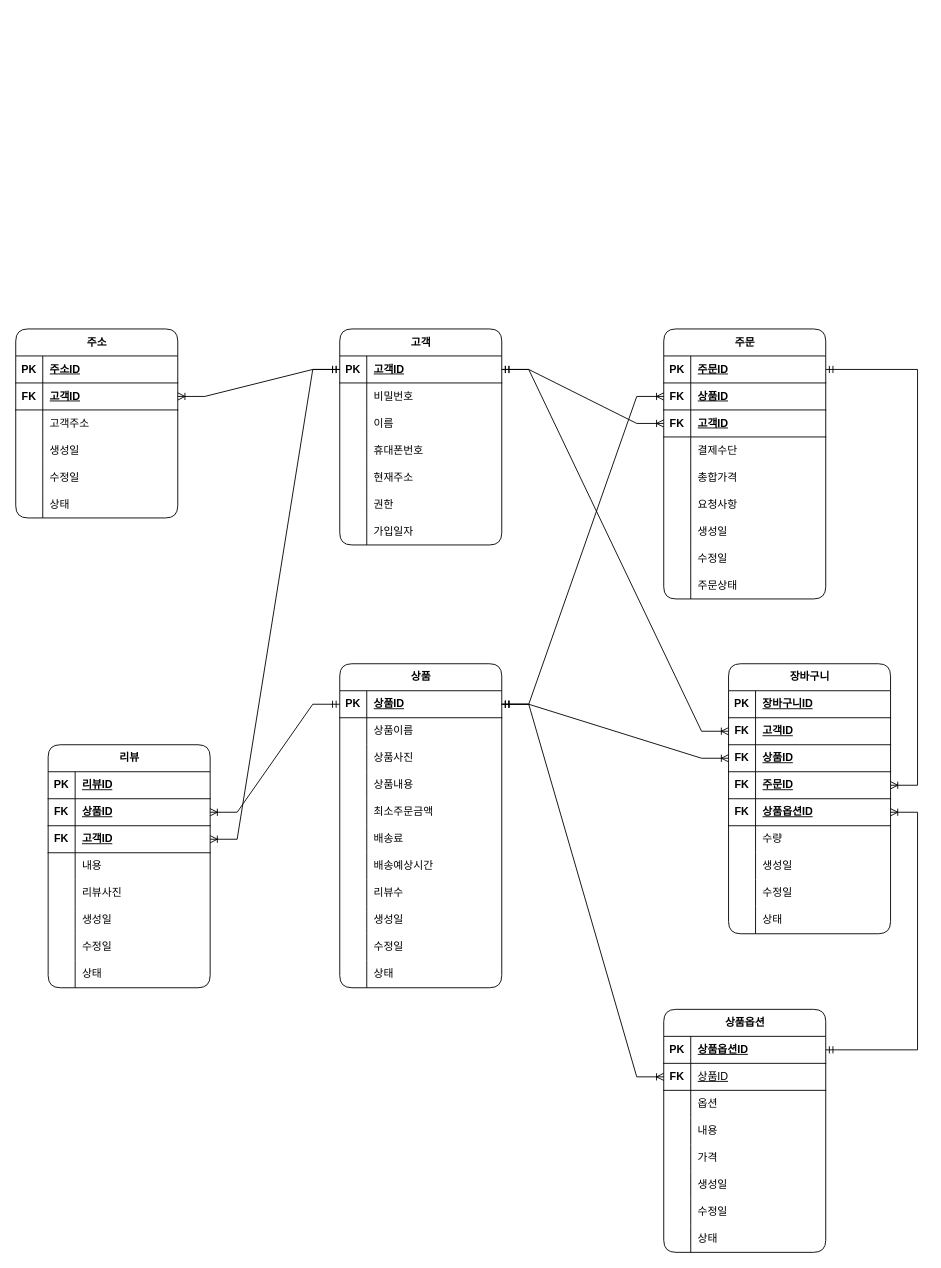
Above: Doong-doong 논리적 모델링.drawio in Chordingg/2024_Spring_Project_Doong-doong (draw.io), before the change. Source tidied: cells renumbered, new cells numbered last; positions are measured from the earlier drawing's top-left corner, leaving out a move shared by most shapes. Both pictures are drawn from the tidied source at 90%, with x=0, y=0 at pixel (15, 328).
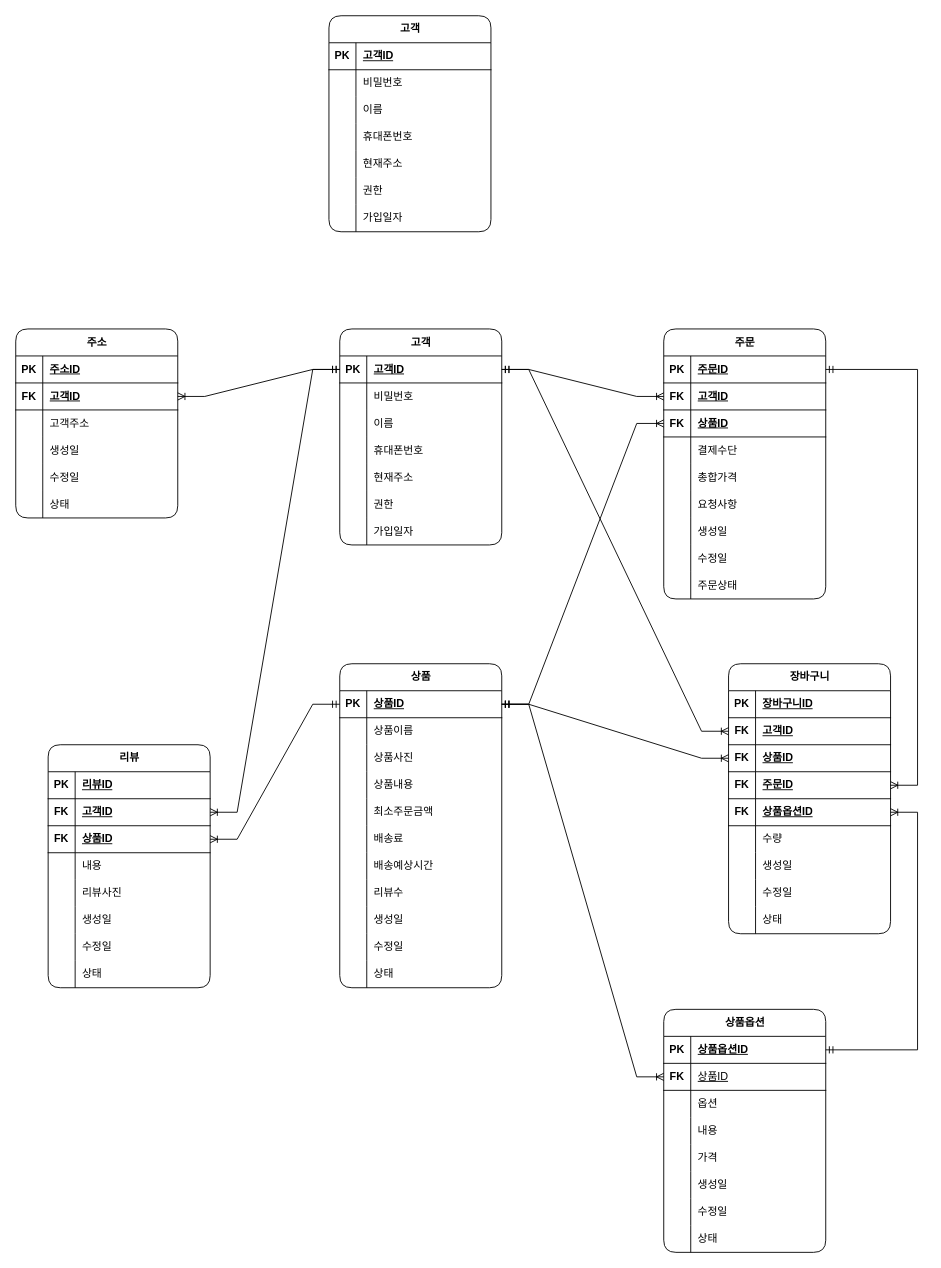
The same page after the edit.

Commit message (it also covers changes not shown here):
Doong-doong 논리적 모델링.drawio 업데이트

The change refers to these unchanged cells:
```xml
<mxCell id="3" style="shape=tableRow;horizontal=0;startSize=0;swimlaneHead=0;swimlaneBody=0;fillColor=none;points=[[0,0.5],[1,0.5]];portConstraint=eastwest;top=0;left=0;right=0;bottom=1;" parent="2" vertex="1">
  <mxGeometry y="30" width="180" height="30" as="geometry" />
</mxCell>
<mxCell id="44" style="shape=tableRow;horizontal=0;startSize=0;swimlaneHead=0;swimlaneBody=0;fillColor=none;points=[[0,0.5],[1,0.5]];portConstraint=eastwest;top=0;left=0;right=0;bottom=1;" parent="43" vertex="1">
  <mxGeometry y="30" width="180" height="30" as="geometry" />
</mxCell>
<mxCell id="82" style="shape=tableRow;horizontal=0;startSize=0;swimlaneHead=0;swimlaneBody=0;fillColor=none;points=[[0,0.5],[1,0.5]];portConstraint=eastwest;top=0;left=0;right=0;bottom=1;" parent="78" vertex="1">
  <mxGeometry y="60" width="180" height="30" as="geometry" />
</mxCell>
<mxCell id="85" style="shape=tableRow;horizontal=0;startSize=0;swimlaneHead=0;swimlaneBody=0;fillColor=none;points=[[0,0.5],[1,0.5]];portConstraint=eastwest;top=0;left=0;right=0;bottom=1;" parent="78" vertex="1">
  <mxGeometry y="90" width="180" height="30" as="geometry" />
</mxCell>
<mxCell id="140" style="shape=tableRow;horizontal=0;startSize=0;swimlaneHead=0;swimlaneBody=0;fillColor=none;points=[[0,0.5],[1,0.5]];portConstraint=eastwest;top=0;left=0;right=0;bottom=1;" parent="136" vertex="1">
  <mxGeometry y="60" width="180" height="30" as="geometry" />
</mxCell>
<mxCell id="143" style="shape=tableRow;horizontal=0;startSize=0;swimlaneHead=0;swimlaneBody=0;fillColor=none;points=[[0,0.5],[1,0.5]];portConstraint=eastwest;top=0;left=0;right=0;bottom=1;" parent="136" vertex="1">
  <mxGeometry y="90" width="180" height="30" as="geometry" />
</mxCell>
```

The edit, as a diff of the source:
```diff
@@
-    <mxCell id="84" value="상품ID" style="shape=partialRectangle;fillColor=none;top=0;left=0;bottom=0;right=0;align=left;spacingLeft=6;fontStyle=5;overflow=hidden;whiteSpace=wrap;html=1;" parent="82" vertex="1">
+    <mxCell id="84" value="고객ID" style="shape=partialRectangle;fillColor=none;top=0;left=0;bottom=0;right=0;align=left;spacingLeft=6;fontStyle=5;overflow=hidden;whiteSpace=wrap;html=1;" parent="82" vertex="1">
       <mxGeometry x="30" width="150" height="30" as="geometry" />
     </mxCell>
@@
-    <mxCell id="87" value="고객ID" style="shape=partialRectangle;fillColor=none;top=0;left=0;bottom=0;right=0;align=left;spacingLeft=6;fontStyle=5;overflow=hidden;whiteSpace=wrap;html=1;" parent="85" vertex="1">
+    <mxCell id="87" value="상품ID" style="shape=partialRectangle;fillColor=none;top=0;left=0;bottom=0;right=0;align=left;spacingLeft=6;fontStyle=5;overflow=hidden;whiteSpace=wrap;html=1;" parent="85" vertex="1">
       <mxGeometry x="30" width="150" height="30" as="geometry" />
     </mxCell>
@@
-    <mxCell id="142" value="상품ID" style="shape=partialRectangle;fillColor=none;top=0;left=0;bottom=0;right=0;align=left;spacingLeft=6;fontStyle=5;overflow=hidden;whiteSpace=wrap;html=1;" parent="140" vertex="1">
+    <mxCell id="142" value="고객ID" style="shape=partialRectangle;fillColor=none;top=0;left=0;bottom=0;right=0;align=left;spacingLeft=6;fontStyle=5;overflow=hidden;whiteSpace=wrap;html=1;" parent="140" vertex="1">
       <mxGeometry x="30" width="150" height="30" as="geometry" />
     </mxCell>
@@
-    <mxCell id="145" value="고객ID" style="shape=partialRectangle;fillColor=none;top=0;left=0;bottom=0;right=0;align=left;spacingLeft=6;fontStyle=5;overflow=hidden;whiteSpace=wrap;html=1;" parent="143" vertex="1">
+    <mxCell id="145" value="상품ID" style="shape=partialRectangle;fillColor=none;top=0;left=0;bottom=0;right=0;align=left;spacingLeft=6;fontStyle=5;overflow=hidden;whiteSpace=wrap;html=1;" parent="143" vertex="1">
       <mxGeometry x="30" width="150" height="30" as="geometry" />
     </mxCell>
@@
-    <mxCell id="186" style="edgeStyle=entityRelationEdgeStyle;fontSize=12;html=1;endArrow=ERoneToMany;startArrow=ERmandOne;rounded=0;entryX=1;entryY=0.5;entryDx=0;entryDy=0;exitX=0;exitY=0.5;exitDx=0;exitDy=0;" parent="1" edge="1" source="44" target="140">
+    <mxCell id="186" style="edgeStyle=entityRelationEdgeStyle;fontSize=12;html=1;endArrow=ERoneToMany;startArrow=ERmandOne;rounded=0;entryX=1;entryY=0.5;entryDx=0;entryDy=0;exitX=0;exitY=0.5;exitDx=0;exitDy=0;" parent="1" edge="1" source="44" target="143">
       <mxGeometry relative="1" as="geometry">
         <Array as="points">
           <mxPoint x="58" y="570" />
         </Array>
       </mxGeometry>
     </mxCell>
@@
-    <mxCell id="189" style="edgeStyle=entityRelationEdgeStyle;fontSize=12;html=1;endArrow=ERoneToMany;startArrow=ERmandOne;rounded=0;entryX=0;entryY=0.5;entryDx=0;entryDy=0;exitX=1;exitY=0.5;exitDx=0;exitDy=0;" parent="1" edge="1" source="44" target="82">
+    <mxCell id="189" style="edgeStyle=entityRelationEdgeStyle;fontSize=12;html=1;endArrow=ERoneToMany;startArrow=ERmandOne;rounded=0;entryX=0;entryY=0.5;entryDx=0;entryDy=0;exitX=1;exitY=0.5;exitDx=0;exitDy=0;" parent="1" edge="1" source="44" target="85">
       <mxGeometry relative="1" as="geometry">
         <Array as="points">
           <mxPoint x="262" y="258" />
         </Array>
       </mxGeometry>
     </mxCell>
-    <mxCell id="190" style="edgeStyle=entityRelationEdgeStyle;fontSize=12;html=1;endArrow=ERoneToMany;startArrow=ERmandOne;rounded=0;entryX=1;entryY=0.5;entryDx=0;entryDy=0;" parent="1" edge="1" source="3" target="143">
+    <mxCell id="190" style="edgeStyle=entityRelationEdgeStyle;fontSize=12;html=1;endArrow=ERoneToMany;startArrow=ERmandOne;rounded=0;entryX=1;entryY=0.5;entryDx=0;entryDy=0;" parent="1" edge="1" source="3" target="140">
       <mxGeometry relative="1" as="geometry">
         <Array as="points">
           <mxPoint x="28" y="453" />
           <mxPoint x="264" y="276" />
           <mxPoint x="240" y="312" />
         </Array>
       </mxGeometry>
     </mxCell>
@@
-    <mxCell id="192" style="edgeStyle=entityRelationEdgeStyle;fontSize=12;html=1;endArrow=ERoneToMany;startArrow=ERmandOne;rounded=0;entryX=0;entryY=0.5;entryDx=0;entryDy=0;exitX=1;exitY=0.5;exitDx=0;exitDy=0;" parent="1" edge="1" source="3" target="85">
+    <mxCell id="192" style="edgeStyle=entityRelationEdgeStyle;fontSize=12;html=1;endArrow=ERoneToMany;startArrow=ERmandOne;rounded=0;entryX=0;entryY=0.5;entryDx=0;entryDy=0;exitX=1;exitY=0.5;exitDx=0;exitDy=0;" parent="1" edge="1" source="3" target="82">
       <mxGeometry relative="1" as="geometry">
         <Array as="points">
           <mxPoint x="226" y="267" />
         </Array>
       </mxGeometry>
     </mxCell>
+    <mxCell id="193" value="고객" style="shape=table;startSize=30;childLayout=tableLayout;rowLines=0;fontStyle=1;align=center;html=1;rounded=1;" parent="1" vertex="1">
+      <mxGeometry x="348" y="-348" width="180" height="240" as="geometry" />
+    </mxCell>
+    <mxCell id="194" style="shape=tableRow;horizontal=0;startSize=0;swimlaneHead=0;swimlaneBody=0;fillColor=none;top=0;left=0;right=0;bottom=1;" parent="193" vertex="1">
+      <mxGeometry y="30" width="180" height="30" as="geometry" />
+    </mxCell>
+    <mxCell id="195" value="PK" style="shape=partialRectangle;fillColor=none;top=0;left=0;bottom=0;right=0;fontStyle=1;overflow=hidden;whiteSpace=wrap;html=1;" parent="194" vertex="1">
+      <mxGeometry width="30" height="30" as="geometry" />
+    </mxCell>
+    <mxCell id="196" value="고객ID" style="shape=partialRectangle;fillColor=none;top=0;left=0;bottom=0;right=0;align=left;spacingLeft=6;fontStyle=5;overflow=hidden;whiteSpace=wrap;html=1;" parent="194" vertex="1">
+      <mxGeometry x="30" width="150" height="30" as="geometry" />
+    </mxCell>
+    <mxCell id="197" style="shape=tableRow;horizontal=0;startSize=0;swimlaneHead=0;swimlaneBody=0;fillColor=none;top=0;left=0;right=0;bottom=0;" parent="193" vertex="1">
+      <mxGeometry y="60" width="180" height="30" as="geometry" />
+    </mxCell>
+    <mxCell id="198" style="shape=partialRectangle;fillColor=none;top=0;left=0;bottom=0;right=0;overflow=hidden;whiteSpace=wrap;html=1;" parent="197" vertex="1">
+      <mxGeometry width="30" height="30" as="geometry" />
+    </mxCell>
+    <mxCell id="199" value="비밀번호" style="shape=partialRectangle;fillColor=none;top=0;left=0;bottom=0;right=0;align=left;spacingLeft=6;overflow=hidden;whiteSpace=wrap;html=1;" parent="197" vertex="1">
+      <mxGeometry x="30" width="150" height="30" as="geometry" />
+    </mxCell>
+    <mxCell id="200" style="shape=tableRow;horizontal=0;startSize=0;swimlaneHead=0;swimlaneBody=0;fillColor=none;top=0;left=0;right=0;bottom=0;" parent="193" vertex="1">
+      <mxGeometry y="90" width="180" height="30" as="geometry" />
+    </mxCell>
+    <mxCell id="201" style="shape=partialRectangle;fillColor=none;top=0;left=0;bottom=0;right=0;overflow=hidden;whiteSpace=wrap;html=1;" parent="200" vertex="1">
+      <mxGeometry width="30" height="30" as="geometry" />
+    </mxCell>
+    <mxCell id="202" value="이름" style="shape=partialRectangle;fillColor=none;top=0;left=0;bottom=0;right=0;align=left;spacingLeft=6;overflow=hidden;whiteSpace=wrap;html=1;" parent="200" vertex="1">
+      <mxGeometry x="30" width="150" height="30" as="geometry" />
+    </mxCell>
+    <mxCell id="203" style="shape=tableRow;horizontal=0;startSize=0;swimlaneHead=0;swimlaneBody=0;fillColor=none;top=0;left=0;right=0;bottom=0;" parent="193" vertex="1">
+      <mxGeometry y="120" width="180" height="30" as="geometry" />
+    </mxCell>
+    <mxCell id="204" style="shape=partialRectangle;fillColor=none;top=0;left=0;bottom=0;right=0;overflow=hidden;whiteSpace=wrap;html=1;" parent="203" vertex="1">
+      <mxGeometry width="30" height="30" as="geometry" />
+    </mxCell>
+    <mxCell id="205" value="휴대폰번호" style="shape=partialRectangle;fillColor=none;top=0;left=0;bottom=0;right=0;align=left;spacingLeft=6;overflow=hidden;whiteSpace=wrap;html=1;" parent="203" vertex="1">
+      <mxGeometry x="30" width="150" height="30" as="geometry" />
+    </mxCell>
+    <mxCell id="206" style="shape=tableRow;horizontal=0;startSize=0;swimlaneHead=0;swimlaneBody=0;fillColor=none;top=0;left=0;right=0;bottom=0;" parent="193" vertex="1">
+      <mxGeometry y="150" width="180" height="30" as="geometry" />
+    </mxCell>
+    <mxCell id="207" style="shape=partialRectangle;fillColor=none;top=0;left=0;bottom=0;right=0;overflow=hidden;whiteSpace=wrap;html=1;" parent="206" vertex="1">
+      <mxGeometry width="30" height="30" as="geometry" />
+    </mxCell>
+    <mxCell id="208" value="현재주소" style="shape=partialRectangle;fillColor=none;top=0;left=0;bottom=0;right=0;align=left;spacingLeft=6;overflow=hidden;whiteSpace=wrap;html=1;" parent="206" vertex="1">
+      <mxGeometry x="30" width="150" height="30" as="geometry" />
+    </mxCell>
+    <mxCell id="209" style="shape=tableRow;horizontal=0;startSize=0;swimlaneHead=0;swimlaneBody=0;fillColor=none;top=0;left=0;right=0;bottom=0;" parent="193" vertex="1">
+      <mxGeometry y="180" width="180" height="30" as="geometry" />
+    </mxCell>
+    <mxCell id="210" style="shape=partialRectangle;fillColor=none;top=0;left=0;bottom=0;right=0;overflow=hidden;whiteSpace=wrap;html=1;" parent="209" vertex="1">
+      <mxGeometry width="30" height="30" as="geometry" />
+    </mxCell>
+    <mxCell id="211" value="권한" style="shape=partialRectangle;fillColor=none;top=0;left=0;bottom=0;right=0;align=left;spacingLeft=6;overflow=hidden;whiteSpace=wrap;html=1;" parent="209" vertex="1">
+      <mxGeometry x="30" width="150" height="30" as="geometry" />
+    </mxCell>
+    <mxCell id="212" style="shape=tableRow;horizontal=0;startSize=0;swimlaneHead=0;swimlaneBody=0;fillColor=none;top=0;left=0;right=0;bottom=0;" parent="193" vertex="1">
+      <mxGeometry y="210" width="180" height="30" as="geometry" />
+    </mxCell>
+    <mxCell id="213" style="shape=partialRectangle;fillColor=none;top=0;left=0;bottom=0;right=0;overflow=hidden;whiteSpace=wrap;html=1;" parent="212" vertex="1">
+      <mxGeometry width="30" height="30" as="geometry" />
+    </mxCell>
+    <mxCell id="214" value="가입일자" style="shape=partialRectangle;fillColor=none;top=0;left=0;bottom=0;right=0;align=left;spacingLeft=6;overflow=hidden;whiteSpace=wrap;html=1;" parent="212" vertex="1">
+      <mxGeometry x="30" width="150" height="30" as="geometry" />
+    </mxCell>
```
